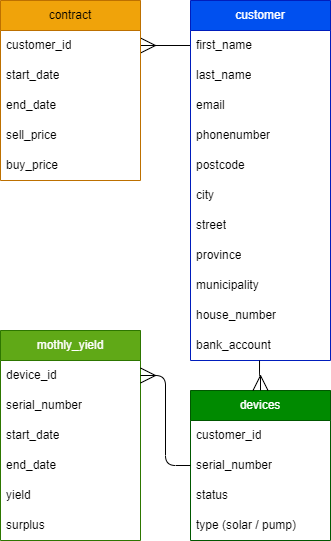
The draw.io diagram documents/erd/Eco-ERD-database-BB-V3.drawio.png in Brian-Boersen/ecopowerrr, before a commit. Source tidied: cells renumbered, new cells last; positions are measured from the earlier drawing's top-left corner, leaving out a move shared by most shapes.
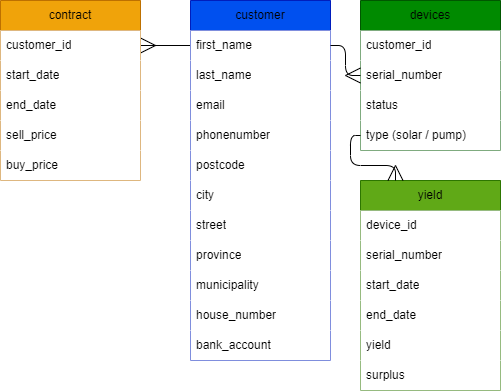
Above is the later version.

What changed in the source:
```diff
@@ -2,103 +2,103 @@
   <root>
     <mxCell id="0" />
     <mxCell id="1" parent="0" />
-    <mxCell id="2" style="html=1;exitX=0;exitY=0.5;exitDx=0;exitDy=0;entryX=1;entryY=0.5;entryDx=0;entryDy=0;endArrow=ERmany;endFill=0;strokeWidth=1;endSize=13;" parent="1" edge="1" source="4" target="28">
+    <mxCell id="2" style="html=1;exitX=0;exitY=0.5;exitDx=0;exitDy=0;entryX=1;entryY=0.5;entryDx=0;entryDy=0;endArrow=ERmany;endFill=0;strokeWidth=1;endSize=13;fontColor=#000000;labelBackgroundColor=none;" parent="1" edge="1" source="4" target="28">
       <mxGeometry relative="1" as="geometry" />
     </mxCell>
-    <mxCell id="3" value="customer" style="swimlane;fontStyle=0;horizontal=1;startSize=30;whiteSpace=wrap;html=1;fillColor=#0050ef;fontColor=#ffffff;strokeColor=#001DBC;" parent="1" vertex="1">
+    <mxCell id="3" value="customer" style="swimlane;fontStyle=0;horizontal=1;startSize=30;whiteSpace=wrap;html=1;fillColor=#0050ef;fontColor=#000000;strokeColor=#001DBC;labelBackgroundColor=none;" parent="1" vertex="1">
       <mxGeometry x="190" width="140" height="360" as="geometry" />
     </mxCell>
-    <mxCell id="4" value="first_name" style="text;strokeColor=none;fillColor=none;align=left;verticalAlign=middle;spacingLeft=4;spacingRight=4;overflow=hidden;points=[[0,0.5],[1,0.5]];portConstraint=eastwest;whiteSpace=wrap;html=1;" parent="3" vertex="1">
+    <mxCell id="4" value="first_name" style="text;strokeColor=none;fillColor=#FFFFFF;align=left;verticalAlign=middle;spacingLeft=4;spacingRight=4;overflow=hidden;points=[[0,0.5],[1,0.5]];portConstraint=eastwest;whiteSpace=wrap;html=1;fontColor=#000000;labelBackgroundColor=none;" parent="3" vertex="1">
       <mxGeometry y="30" width="140" height="30" as="geometry" />
     </mxCell>
-    <mxCell id="5" value="last_name" style="text;strokeColor=none;fillColor=none;align=left;verticalAlign=middle;spacingLeft=4;spacingRight=4;overflow=hidden;whiteSpace=wrap;html=1;" parent="3" vertex="1">
+    <mxCell id="5" value="last_name" style="text;strokeColor=none;fillColor=#FFFFFF;align=left;verticalAlign=middle;spacingLeft=4;spacingRight=4;overflow=hidden;whiteSpace=wrap;html=1;fontColor=#000000;labelBackgroundColor=none;" parent="3" vertex="1">
       <mxGeometry y="60" width="140" height="30" as="geometry" />
     </mxCell>
-    <mxCell id="6" value="email" style="text;strokeColor=none;fillColor=none;align=left;verticalAlign=middle;spacingLeft=4;spacingRight=4;overflow=hidden;whiteSpace=wrap;html=1;" parent="3" vertex="1">
+    <mxCell id="6" value="email" style="text;strokeColor=none;fillColor=#FFFFFF;align=left;verticalAlign=middle;spacingLeft=4;spacingRight=4;overflow=hidden;whiteSpace=wrap;html=1;fontColor=#000000;labelBackgroundColor=none;" parent="3" vertex="1">
       <mxGeometry y="90" width="140" height="30" as="geometry" />
     </mxCell>
-    <mxCell id="7" value="phonenumber" style="text;strokeColor=none;fillColor=none;align=left;verticalAlign=middle;spacingLeft=4;spacingRight=4;overflow=hidden;whiteSpace=wrap;html=1;" parent="3" vertex="1">
+    <mxCell id="7" value="phonenumber" style="text;strokeColor=none;fillColor=#FFFFFF;align=left;verticalAlign=middle;spacingLeft=4;spacingRight=4;overflow=hidden;whiteSpace=wrap;html=1;fontColor=#000000;labelBackgroundColor=none;" parent="3" vertex="1">
       <mxGeometry y="120" width="140" height="30" as="geometry" />
     </mxCell>
-    <mxCell id="8" value="postcode" style="text;strokeColor=none;fillColor=none;align=left;verticalAlign=middle;spacingLeft=4;spacingRight=4;overflow=hidden;whiteSpace=wrap;html=1;" parent="3" vertex="1">
+    <mxCell id="8" value="postcode" style="text;strokeColor=none;fillColor=#FFFFFF;align=left;verticalAlign=middle;spacingLeft=4;spacingRight=4;overflow=hidden;whiteSpace=wrap;html=1;fontColor=#000000;labelBackgroundColor=none;" parent="3" vertex="1">
       <mxGeometry y="150" width="140" height="30" as="geometry" />
     </mxCell>
-    <mxCell id="9" value="city" style="text;strokeColor=none;fillColor=none;align=left;verticalAlign=middle;spacingLeft=4;spacingRight=4;overflow=hidden;whiteSpace=wrap;html=1;" parent="3" vertex="1">
+    <mxCell id="9" value="city" style="text;strokeColor=none;fillColor=#FFFFFF;align=left;verticalAlign=middle;spacingLeft=4;spacingRight=4;overflow=hidden;whiteSpace=wrap;html=1;fontColor=#000000;labelBackgroundColor=none;" parent="3" vertex="1">
       <mxGeometry y="180" width="140" height="30" as="geometry" />
     </mxCell>
-    <mxCell id="10" value="street" style="text;strokeColor=none;fillColor=none;align=left;verticalAlign=middle;spacingLeft=4;spacingRight=4;overflow=hidden;whiteSpace=wrap;html=1;" parent="3" vertex="1">
+    <mxCell id="10" value="street" style="text;strokeColor=none;fillColor=#FFFFFF;align=left;verticalAlign=middle;spacingLeft=4;spacingRight=4;overflow=hidden;whiteSpace=wrap;html=1;fontColor=#000000;labelBackgroundColor=none;" parent="3" vertex="1">
       <mxGeometry y="210" width="140" height="30" as="geometry" />
     </mxCell>
-    <mxCell id="11" value="province" style="text;strokeColor=none;fillColor=none;align=left;verticalAlign=middle;spacingLeft=4;spacingRight=4;overflow=hidden;whiteSpace=wrap;html=1;" parent="3" vertex="1">
+    <mxCell id="11" value="province" style="text;strokeColor=none;fillColor=#FFFFFF;align=left;verticalAlign=middle;spacingLeft=4;spacingRight=4;overflow=hidden;whiteSpace=wrap;html=1;fontColor=#000000;labelBackgroundColor=none;" parent="3" vertex="1">
       <mxGeometry y="240" width="140" height="30" as="geometry" />
     </mxCell>
-    <mxCell id="12" value="municipality" style="text;strokeColor=none;fillColor=none;align=left;verticalAlign=middle;spacingLeft=4;spacingRight=4;overflow=hidden;whiteSpace=wrap;html=1;" parent="3" vertex="1">
+    <mxCell id="12" value="municipality" style="text;strokeColor=none;fillColor=#FFFFFF;align=left;verticalAlign=middle;spacingLeft=4;spacingRight=4;overflow=hidden;whiteSpace=wrap;html=1;fontColor=#000000;labelBackgroundColor=none;" parent="3" vertex="1">
       <mxGeometry y="270" width="140" height="30" as="geometry" />
     </mxCell>
-    <mxCell id="13" value="house_number" style="text;strokeColor=none;fillColor=none;align=left;verticalAlign=middle;spacingLeft=4;spacingRight=4;overflow=hidden;whiteSpace=wrap;html=1;" parent="3" vertex="1">
+    <mxCell id="13" value="house_number" style="text;strokeColor=none;fillColor=#FFFFFF;align=left;verticalAlign=middle;spacingLeft=4;spacingRight=4;overflow=hidden;whiteSpace=wrap;html=1;fontColor=#000000;labelBackgroundColor=none;" parent="3" vertex="1">
       <mxGeometry y="300" width="140" height="30" as="geometry" />
     </mxCell>
-    <mxCell id="14" value="bank_account" style="text;strokeColor=none;fillColor=none;align=left;verticalAlign=middle;spacingLeft=4;spacingRight=4;overflow=hidden;points=[[0,0.5],[1,0.5]];portConstraint=eastwest;whiteSpace=wrap;html=1;" parent="3" vertex="1">
+    <mxCell id="14" value="bank_account" style="text;strokeColor=none;fillColor=#FFFFFF;align=left;verticalAlign=middle;spacingLeft=4;spacingRight=4;overflow=hidden;points=[[0,0.5],[1,0.5]];portConstraint=eastwest;whiteSpace=wrap;html=1;fontColor=#000000;labelBackgroundColor=none;" parent="3" vertex="1">
       <mxGeometry y="330" width="140" height="30" as="geometry" />
     </mxCell>
-    <mxCell id="15" value="devices" style="swimlane;fontStyle=0;horizontal=1;startSize=30;whiteSpace=wrap;html=1;fillColor=#008a00;fontColor=#ffffff;strokeColor=#005700;" parent="1" vertex="1">
-      <mxGeometry x="190" y="390" width="140" height="150" as="geometry" />
+    <mxCell id="15" value="devices" style="swimlane;fontStyle=0;horizontal=1;startSize=30;whiteSpace=wrap;html=1;fillColor=#008a00;fontColor=#000000;strokeColor=#005700;labelBackgroundColor=none;" parent="1" vertex="1">
+      <mxGeometry x="360" width="140" height="150" as="geometry" />
     </mxCell>
-    <mxCell id="16" value="customer_id" style="text;strokeColor=none;fillColor=none;align=left;verticalAlign=middle;spacingLeft=4;spacingRight=4;overflow=hidden;whiteSpace=wrap;html=1;" parent="15" vertex="1">
+    <mxCell id="16" value="customer_id" style="text;strokeColor=none;fillColor=#FFFFFF;align=left;verticalAlign=middle;spacingLeft=4;spacingRight=4;overflow=hidden;whiteSpace=wrap;html=1;fontColor=#000000;labelBackgroundColor=none;" parent="15" vertex="1">
       <mxGeometry y="30" width="140" height="30" as="geometry" />
     </mxCell>
-    <mxCell id="17" value="serial_number" style="text;strokeColor=none;fillColor=none;align=left;verticalAlign=middle;spacingLeft=4;spacingRight=4;overflow=hidden;points=[[0,0.5],[1,0.5]];portConstraint=eastwest;whiteSpace=wrap;html=1;" parent="15" vertex="1">
+    <mxCell id="17" value="serial_number" style="text;strokeColor=none;fillColor=#FFFFFF;align=left;verticalAlign=middle;spacingLeft=4;spacingRight=4;overflow=hidden;points=[[0,0.5],[1,0.5]];portConstraint=eastwest;whiteSpace=wrap;html=1;fontColor=#000000;labelBackgroundColor=none;" parent="15" vertex="1">
       <mxGeometry y="60" width="140" height="30" as="geometry" />
     </mxCell>
-    <mxCell id="18" value="status" style="text;strokeColor=none;fillColor=none;align=left;verticalAlign=middle;spacingLeft=4;spacingRight=4;overflow=hidden;whiteSpace=wrap;html=1;" parent="15" vertex="1">
+    <mxCell id="18" value="status" style="text;strokeColor=none;fillColor=#FFFFFF;align=left;verticalAlign=middle;spacingLeft=4;spacingRight=4;overflow=hidden;whiteSpace=wrap;html=1;fontColor=#000000;labelBackgroundColor=none;" parent="15" vertex="1">
       <mxGeometry y="90" width="140" height="30" as="geometry" />
     </mxCell>
-    <mxCell id="19" value="type (solar / pump)" style="text;strokeColor=none;fillColor=none;align=left;verticalAlign=middle;spacingLeft=4;spacingRight=4;overflow=hidden;points=[[0,0.5],[1,0.5]];portConstraint=eastwest;whiteSpace=wrap;html=1;" parent="15" vertex="1">
+    <mxCell id="19" value="type (solar / pump)" style="text;strokeColor=none;fillColor=#FFFFFF;align=left;verticalAlign=middle;spacingLeft=4;spacingRight=4;overflow=hidden;points=[[0,0.5],[1,0.5]];portConstraint=eastwest;whiteSpace=wrap;html=1;fontColor=#000000;labelBackgroundColor=none;" parent="15" vertex="1">
       <mxGeometry y="120" width="140" height="30" as="geometry" />
     </mxCell>
-    <mxCell id="20" value="mothly_yield" style="swimlane;fontStyle=0;horizontal=1;startSize=30;whiteSpace=wrap;html=1;fillColor=#60a917;fontColor=#ffffff;strokeColor=#2D7600;" parent="1" vertex="1">
-      <mxGeometry y="330" width="140" height="210" as="geometry" />
+    <mxCell id="20" value="yield" style="swimlane;fontStyle=0;horizontal=1;startSize=30;whiteSpace=wrap;html=1;fillColor=#60a917;fontColor=#000000;strokeColor=#2D7600;labelBackgroundColor=none;" parent="1" vertex="1">
+      <mxGeometry x="360" y="180" width="140" height="210" as="geometry" />
     </mxCell>
-    <mxCell id="21" value="device_id" style="text;strokeColor=none;fillColor=none;align=left;verticalAlign=middle;spacingLeft=4;spacingRight=4;overflow=hidden;points=[[0,0.5],[1,0.5]];portConstraint=eastwest;whiteSpace=wrap;html=1;" parent="20" vertex="1">
+    <mxCell id="21" value="device_id" style="text;strokeColor=none;fillColor=#FFFFFF;align=left;verticalAlign=middle;spacingLeft=4;spacingRight=4;overflow=hidden;points=[[0,0.5],[1,0.5]];portConstraint=eastwest;whiteSpace=wrap;html=1;fontColor=#000000;labelBackgroundColor=none;" parent="20" vertex="1">
       <mxGeometry y="30" width="140" height="30" as="geometry" />
     </mxCell>
-    <mxCell id="22" value="serial_number" style="text;strokeColor=none;fillColor=none;align=left;verticalAlign=middle;spacingLeft=4;spacingRight=4;overflow=hidden;whiteSpace=wrap;html=1;" parent="20" vertex="1">
+    <mxCell id="22" value="serial_number" style="text;strokeColor=none;fillColor=#FFFFFF;align=left;verticalAlign=middle;spacingLeft=4;spacingRight=4;overflow=hidden;whiteSpace=wrap;html=1;fontColor=#000000;labelBackgroundColor=none;" parent="20" vertex="1">
       <mxGeometry y="60" width="140" height="30" as="geometry" />
     </mxCell>
-    <mxCell id="23" value="start_date" style="text;strokeColor=none;fillColor=none;align=left;verticalAlign=middle;spacingLeft=4;spacingRight=4;overflow=hidden;whiteSpace=wrap;html=1;" parent="20" vertex="1">
+    <mxCell id="23" value="start_date" style="text;strokeColor=none;fillColor=#FFFFFF;align=left;verticalAlign=middle;spacingLeft=4;spacingRight=4;overflow=hidden;whiteSpace=wrap;html=1;fontColor=#000000;labelBackgroundColor=none;" parent="20" vertex="1">
       <mxGeometry y="90" width="140" height="30" as="geometry" />
     </mxCell>
-    <mxCell id="24" value="end_date" style="text;strokeColor=none;fillColor=none;align=left;verticalAlign=middle;spacingLeft=4;spacingRight=4;overflow=hidden;whiteSpace=wrap;html=1;" parent="20" vertex="1">
+    <mxCell id="24" value="end_date" style="text;strokeColor=none;fillColor=#FFFFFF;align=left;verticalAlign=middle;spacingLeft=4;spacingRight=4;overflow=hidden;whiteSpace=wrap;html=1;fontColor=#000000;labelBackgroundColor=none;" parent="20" vertex="1">
       <mxGeometry y="120" width="140" height="30" as="geometry" />
     </mxCell>
-    <mxCell id="25" value="yield" style="text;strokeColor=none;fillColor=none;align=left;verticalAlign=middle;spacingLeft=4;spacingRight=4;overflow=hidden;whiteSpace=wrap;html=1;" parent="20" vertex="1">
+    <mxCell id="25" value="yield" style="text;strokeColor=none;fillColor=#FFFFFF;align=left;verticalAlign=middle;spacingLeft=4;spacingRight=4;overflow=hidden;whiteSpace=wrap;html=1;fontColor=#000000;labelBackgroundColor=none;" parent="20" vertex="1">
       <mxGeometry y="150" width="140" height="30" as="geometry" />
     </mxCell>
-    <mxCell id="26" value="surplus" style="text;strokeColor=none;fillColor=none;align=left;verticalAlign=middle;spacingLeft=4;spacingRight=4;overflow=hidden;whiteSpace=wrap;html=1;" parent="20" vertex="1">
+    <mxCell id="26" value="surplus" style="text;strokeColor=none;fillColor=#FFFFFF;align=left;verticalAlign=middle;spacingLeft=4;spacingRight=4;overflow=hidden;whiteSpace=wrap;html=1;fontColor=#000000;labelBackgroundColor=none;" parent="20" vertex="1">
       <mxGeometry y="180" width="140" height="30" as="geometry" />
     </mxCell>
-    <mxCell id="27" value="contract" style="swimlane;fontStyle=0;horizontal=1;startSize=30;whiteSpace=wrap;html=1;fillColor=#f0a30a;fontColor=#000000;strokeColor=#BD7000;" parent="1" vertex="1">
+    <mxCell id="27" value="contract" style="swimlane;fontStyle=0;horizontal=1;startSize=30;whiteSpace=wrap;html=1;fillColor=#f0a30a;fontColor=#000000;strokeColor=#BD7000;labelBackgroundColor=none;" parent="1" vertex="1">
       <mxGeometry width="140" height="180" as="geometry" />
     </mxCell>
-    <mxCell id="28" value="customer_id" style="text;strokeColor=none;fillColor=none;align=left;verticalAlign=middle;spacingLeft=4;spacingRight=4;overflow=hidden;points=[[0,0.5],[1,0.5]];portConstraint=eastwest;whiteSpace=wrap;html=1;" parent="27" vertex="1">
+    <mxCell id="28" value="customer_id" style="text;strokeColor=none;fillColor=#FFFFFF;align=left;verticalAlign=middle;spacingLeft=4;spacingRight=4;overflow=hidden;points=[[0,0.5],[1,0.5]];portConstraint=eastwest;whiteSpace=wrap;html=1;fontColor=#000000;labelBackgroundColor=none;" parent="27" vertex="1">
       <mxGeometry y="30" width="140" height="30" as="geometry" />
     </mxCell>
-    <mxCell id="29" value="start_date" style="text;strokeColor=none;fillColor=none;align=left;verticalAlign=middle;spacingLeft=4;spacingRight=4;overflow=hidden;whiteSpace=wrap;html=1;" parent="27" vertex="1">
+    <mxCell id="29" value="start_date" style="text;strokeColor=none;fillColor=#FFFFFF;align=left;verticalAlign=middle;spacingLeft=4;spacingRight=4;overflow=hidden;whiteSpace=wrap;html=1;fontColor=#000000;labelBackgroundColor=none;" parent="27" vertex="1">
       <mxGeometry y="60" width="140" height="30" as="geometry" />
     </mxCell>
-    <mxCell id="30" value="end_date" style="text;strokeColor=none;fillColor=none;align=left;verticalAlign=middle;spacingLeft=4;spacingRight=4;overflow=hidden;whiteSpace=wrap;html=1;" parent="27" vertex="1">
+    <mxCell id="30" value="end_date" style="text;strokeColor=none;fillColor=#FFFFFF;align=left;verticalAlign=middle;spacingLeft=4;spacingRight=4;overflow=hidden;whiteSpace=wrap;html=1;fontColor=#000000;labelBackgroundColor=none;" parent="27" vertex="1">
       <mxGeometry y="90" width="140" height="30" as="geometry" />
     </mxCell>
-    <mxCell id="31" value="sell_price" style="text;strokeColor=none;fillColor=none;align=left;verticalAlign=middle;spacingLeft=4;spacingRight=4;overflow=hidden;whiteSpace=wrap;html=1;" parent="27" vertex="1">
+    <mxCell id="31" value="sell_price" style="text;strokeColor=none;fillColor=#FFFFFF;align=left;verticalAlign=middle;spacingLeft=4;spacingRight=4;overflow=hidden;whiteSpace=wrap;html=1;fontColor=#000000;labelBackgroundColor=none;" parent="27" vertex="1">
       <mxGeometry y="120" width="140" height="30" as="geometry" />
     </mxCell>
-    <mxCell id="32" value="buy_price" style="text;strokeColor=none;fillColor=none;align=left;verticalAlign=middle;spacingLeft=4;spacingRight=4;overflow=hidden;whiteSpace=wrap;html=1;" parent="27" vertex="1">
+    <mxCell id="32" value="buy_price" style="text;strokeColor=none;fillColor=#FFFFFF;align=left;verticalAlign=middle;spacingLeft=4;spacingRight=4;overflow=hidden;whiteSpace=wrap;html=1;fontColor=#000000;labelBackgroundColor=none;" parent="27" vertex="1">
       <mxGeometry y="150" width="140" height="30" as="geometry" />
     </mxCell>
-    <mxCell id="33" style="edgeStyle=orthogonalEdgeStyle;html=1;endArrow=ERmany;endFill=0;strokeWidth=1;endSize=13;exitX=0.493;exitY=1;exitDx=0;exitDy=0;exitPerimeter=0;" parent="1" edge="1" source="14" target="15">
+    <mxCell id="33" style="edgeStyle=orthogonalEdgeStyle;html=1;endArrow=ERmany;endFill=0;strokeWidth=1;endSize=13;fontColor=#000000;labelBackgroundColor=none;" parent="1" edge="1" source="4" target="15">
       <mxGeometry relative="1" as="geometry" />
     </mxCell>
-    <mxCell id="34" style="edgeStyle=orthogonalEdgeStyle;html=1;endArrow=ERmany;endFill=0;endSize=13;exitX=0;exitY=0.5;exitDx=0;exitDy=0;entryX=1;entryY=0.5;entryDx=0;entryDy=0;" parent="1" edge="1" source="17" target="21">
+    <mxCell id="34" style="edgeStyle=orthogonalEdgeStyle;html=1;endArrow=ERmany;endFill=0;endSize=13;fontColor=#000000;labelBackgroundColor=none;entryX=0.25;entryY=0;entryDx=0;entryDy=0;" parent="1" edge="1" source="19" target="20">
       <mxGeometry relative="1" as="geometry" />
     </mxCell>
   </root>
```
